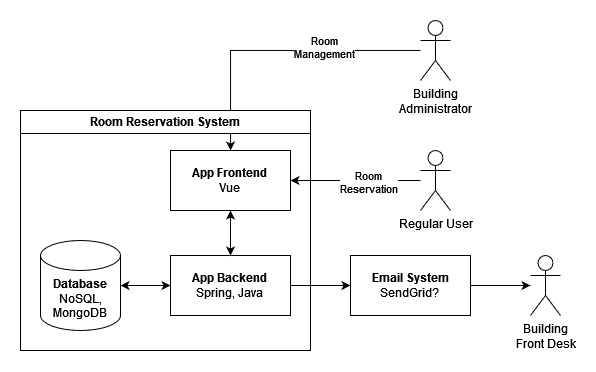
PiotrDeda/gc-room-reservation keeps this draw.io diagram as container-diagram.png. Above is the earlier version. Source tidied: cells renumbered, new cells last; positions are measured from the earlier drawing's top-left corner, leaving out a move shared by most shapes.
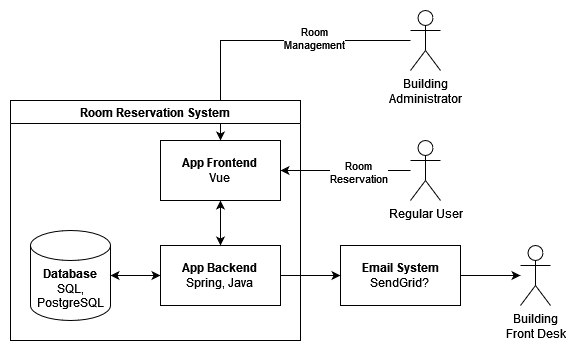
Later version of the same file.

Diff of the diagram source:
```diff
@@ -26,7 +26,7 @@
     <mxCell id="9" value="&lt;div&gt;Room Reservation System&lt;/div&gt;" style="swimlane;whiteSpace=wrap;html=1;" parent="1" vertex="1">
       <mxGeometry y="90" width="290" height="240" as="geometry" />
     </mxCell>
-    <mxCell id="10" value="&lt;b&gt;Database&lt;/b&gt; NoSQL, MongoDB" style="shape=cylinder3;whiteSpace=wrap;html=1;boundedLbl=1;backgroundOutline=1;size=15;" parent="9" vertex="1">
+    <mxCell id="10" value="&lt;div&gt;&lt;b&gt;Database&lt;/b&gt; SQL,&lt;/div&gt;&lt;div&gt;PostgreSQL&lt;/div&gt;" style="shape=cylinder3;whiteSpace=wrap;html=1;boundedLbl=1;backgroundOutline=1;size=15;" parent="9" vertex="1">
       <mxGeometry x="20" y="130" width="80" height="90" as="geometry" />
     </mxCell>
     <mxCell id="11" style="edgeStyle=orthogonalEdgeStyle;rounded=0;jettySize=auto;html=1;exitX=0;exitY=0.5;exitDx=0;exitDy=0;entryX=1;entryY=0.5;entryDx=0;entryDy=0;entryPerimeter=0;endArrow=classic;endFill=1;startArrow=classic;startFill=1;" parent="9" edge="1" source="12" target="10">
```
